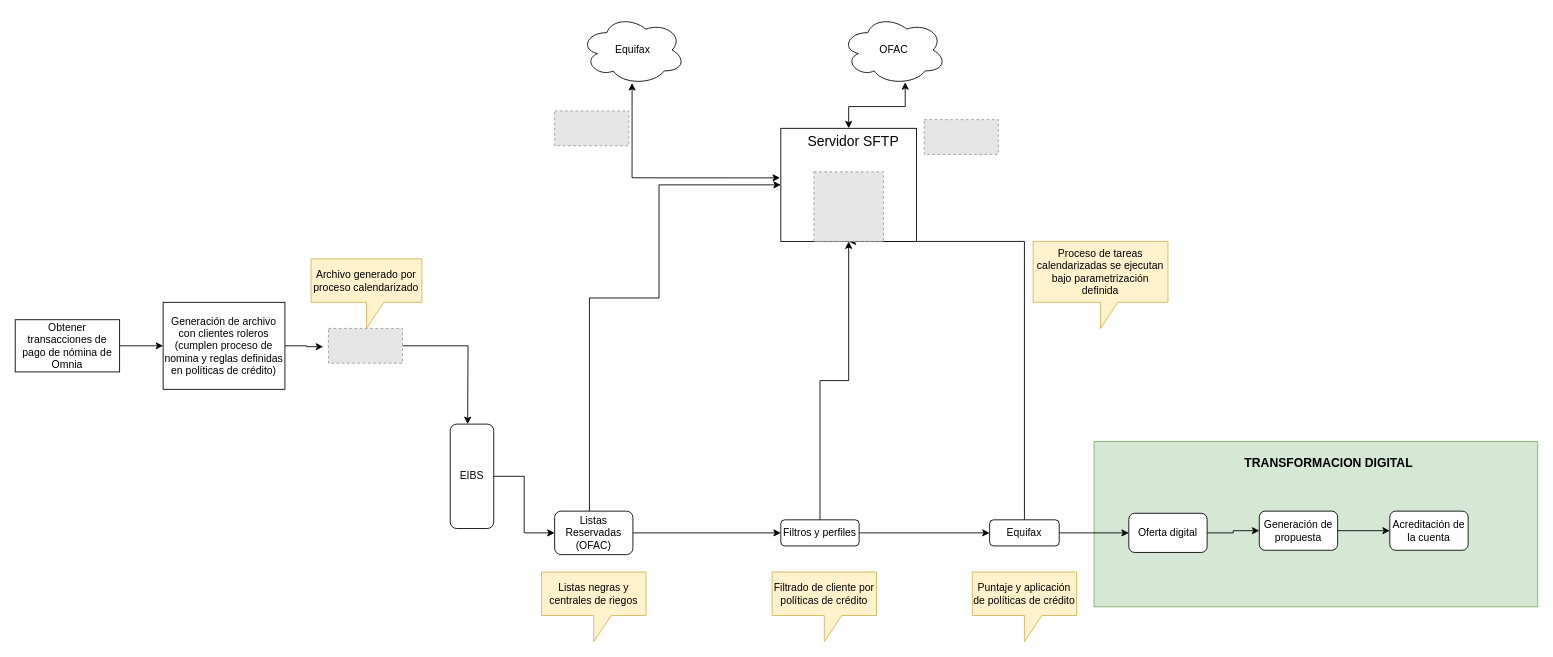
This is DiagramaNegocioNomina.drawio from GonzaloDavid/diagramas, a draw.io file, before an edit. Source tidied: cells renumbered, new cells numbered last; positions are measured from the earlier drawing's top-left corner, leaving out a move shared by most shapes. Both pictures are drawn from the tidied source at 87%, with x=0, y=0 at pixel (15, 15). Pictures stored in the file or linked from it are replaced by grey dashed boxes.
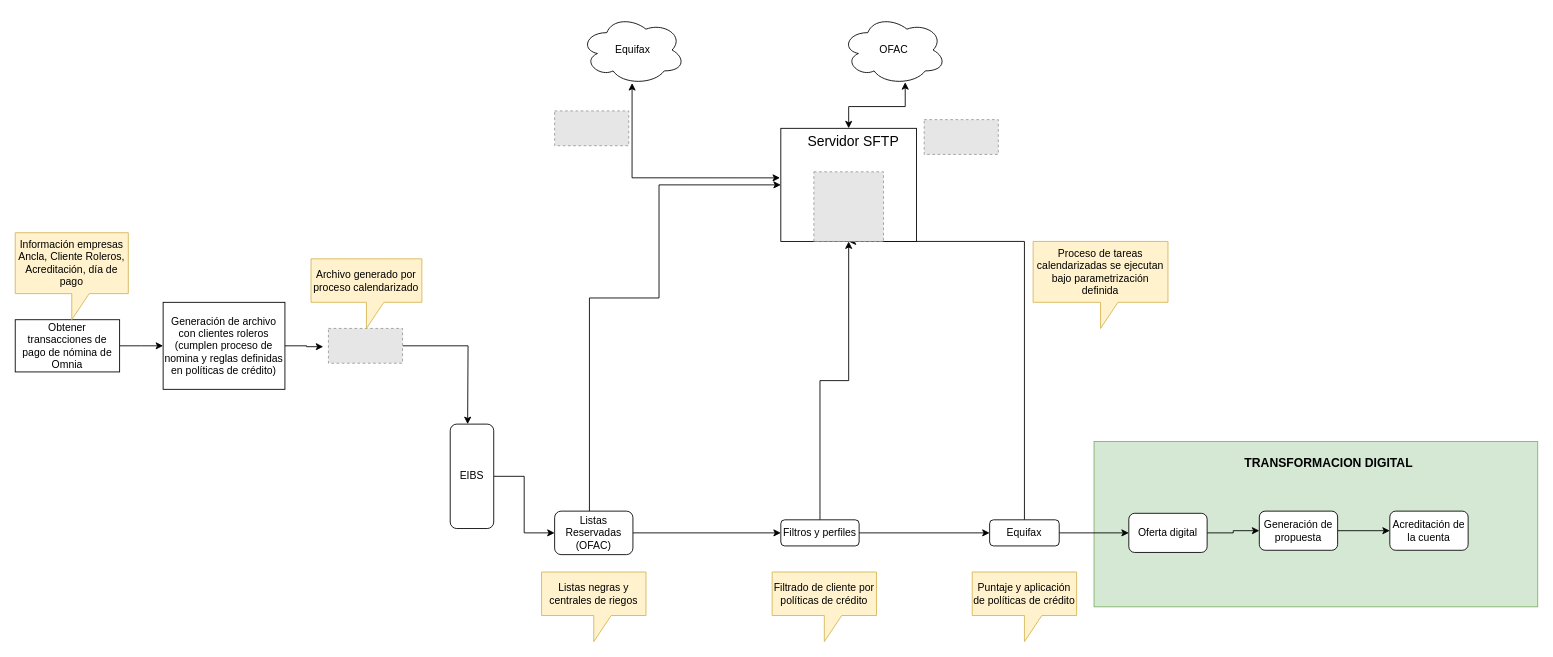
The same page after the edit.

The edit, as a diff of the source:
```diff
@@
+    <mxCell id="40" value="Información empresas Ancla, Cliente Roleros, Acreditación, día de pago" style="shape=callout;whiteSpace=wrap;html=1;perimeter=calloutPerimeter;fillColor=#fff2cc;strokeColor=#d6b656;" parent="1" vertex="1">
+      <mxGeometry y="250" width="130" height="100" as="geometry" />
+    </mxCell>
```
